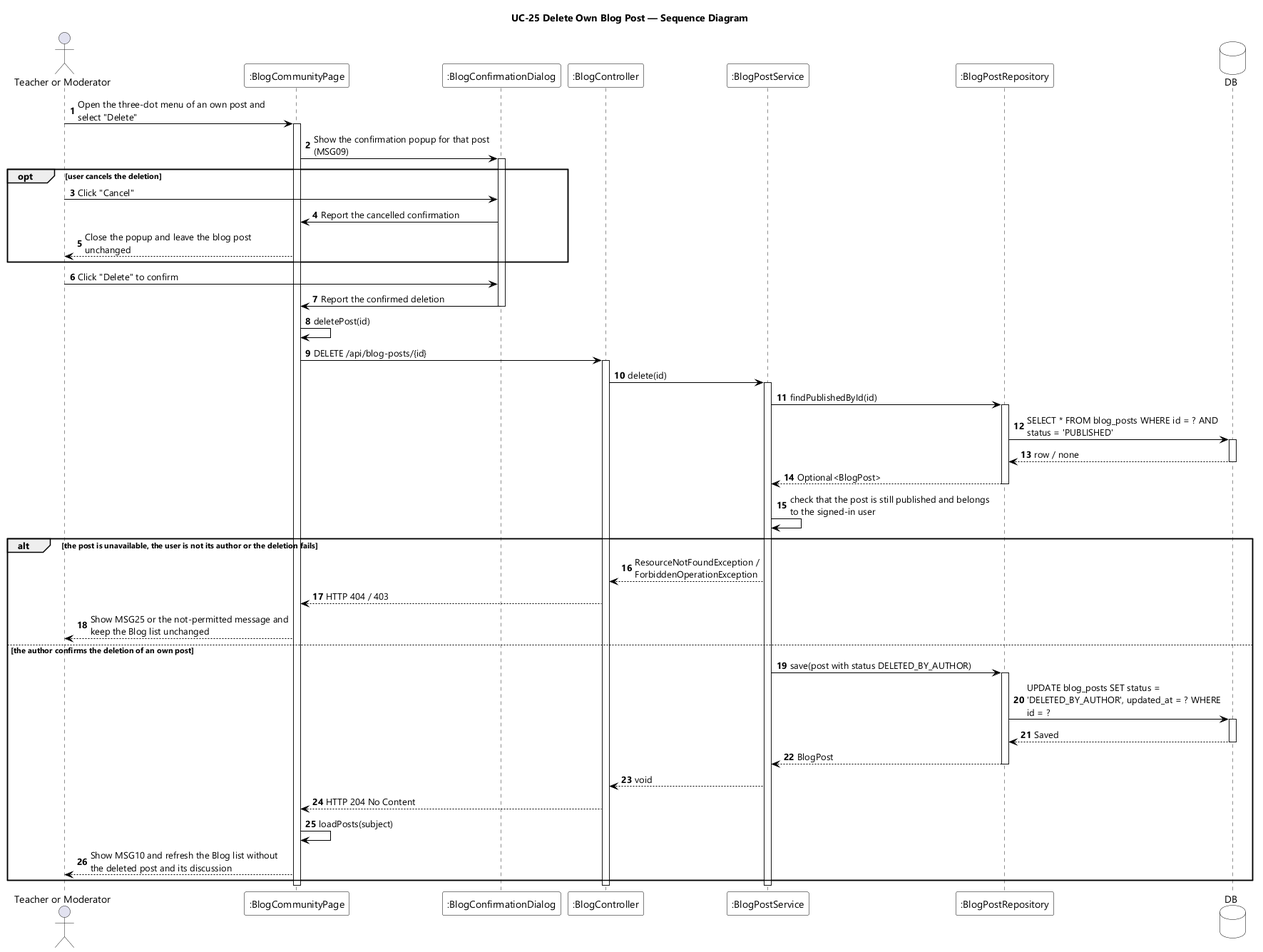
Earlier version of the PlantUML export designs/sds-diagrams/uc25/uc25-sequence-diagram.png (EduA-system/EduA-system). Source of this version:
```plantuml
@startuml UC-25 Delete Own Blog Post - Sequence Diagram
skinparamlocked dpi 96
skinparam defaultFontName "Segoe UI"
skinparam shadowing false
skinparam ParticipantBackgroundColor #FFFFFF
skinparam ParticipantBorderColor #000000
skinparam DatabaseBackgroundColor #FFFFFF
skinparam DatabaseBorderColor #000000
skinparam ArrowColor #000000
skinparam sequenceMessageAlign left
skinparam maxMessageSize 280
title UC-25 Delete Own Blog Post — Sequence Diagram

actor "Teacher or Moderator" as User
participant ":BlogCommunityPage" as UI
participant ":BlogConfirmationDialog" as CONFIRM
participant ":BlogController" as CTL
participant ":BlogPostService" as SVC
participant ":BlogPostRepository" as POSTS
database DB

autonumber
User -> UI : Open the three-dot menu of an own post and select "Delete"
activate UI
UI -> CONFIRM : Show the confirmation popup for that post (MSG09)
activate CONFIRM

opt user cancels the deletion
  User -> CONFIRM : Click "Cancel"
  CONFIRM -> UI : Report the cancelled confirmation
  UI --> User : Close the popup and leave the blog post unchanged
end

User -> CONFIRM : Click "Delete" to confirm
CONFIRM -> UI : Report the confirmed deletion
deactivate CONFIRM
UI -> UI : deletePost(id)
UI -> CTL : DELETE /api/blog-posts/{id}
activate CTL
CTL -> SVC : delete(id)
activate SVC
SVC -> POSTS : findPublishedById(id)
activate POSTS
POSTS -> DB : SELECT * FROM blog_posts WHERE id = ? AND status = 'PUBLISHED'
activate DB
DB --> POSTS : row / none
deactivate DB
POSTS --> SVC : Optional<BlogPost>
deactivate POSTS
SVC -> SVC : check that the post is still published and belongs to the signed-in user

alt the post is unavailable, the user is not its author or the deletion fails
  SVC --> CTL : ResourceNotFoundException / ForbiddenOperationException
  CTL --> UI : HTTP 404 / 403
  UI --> User : Show MSG25 or the not-permitted message and keep the Blog list unchanged

else the author confirms the deletion of an own post
  SVC -> POSTS : save(post with status DELETED_BY_AUTHOR)
  activate POSTS
  POSTS -> DB : UPDATE blog_posts SET status = 'DELETED_BY_AUTHOR', updated_at = ? WHERE id = ?
  activate DB
  DB --> POSTS : Saved
  deactivate DB
  POSTS --> SVC : BlogPost
  deactivate POSTS
  SVC --> CTL : void
  CTL --> UI : HTTP 204 No Content
  UI -> UI : loadPosts(subject)
  UI --> User : Show MSG10 and refresh the Blog list without the deleted post and its discussion
end
deactivate SVC
deactivate CTL
deactivate UI
@enduml
```
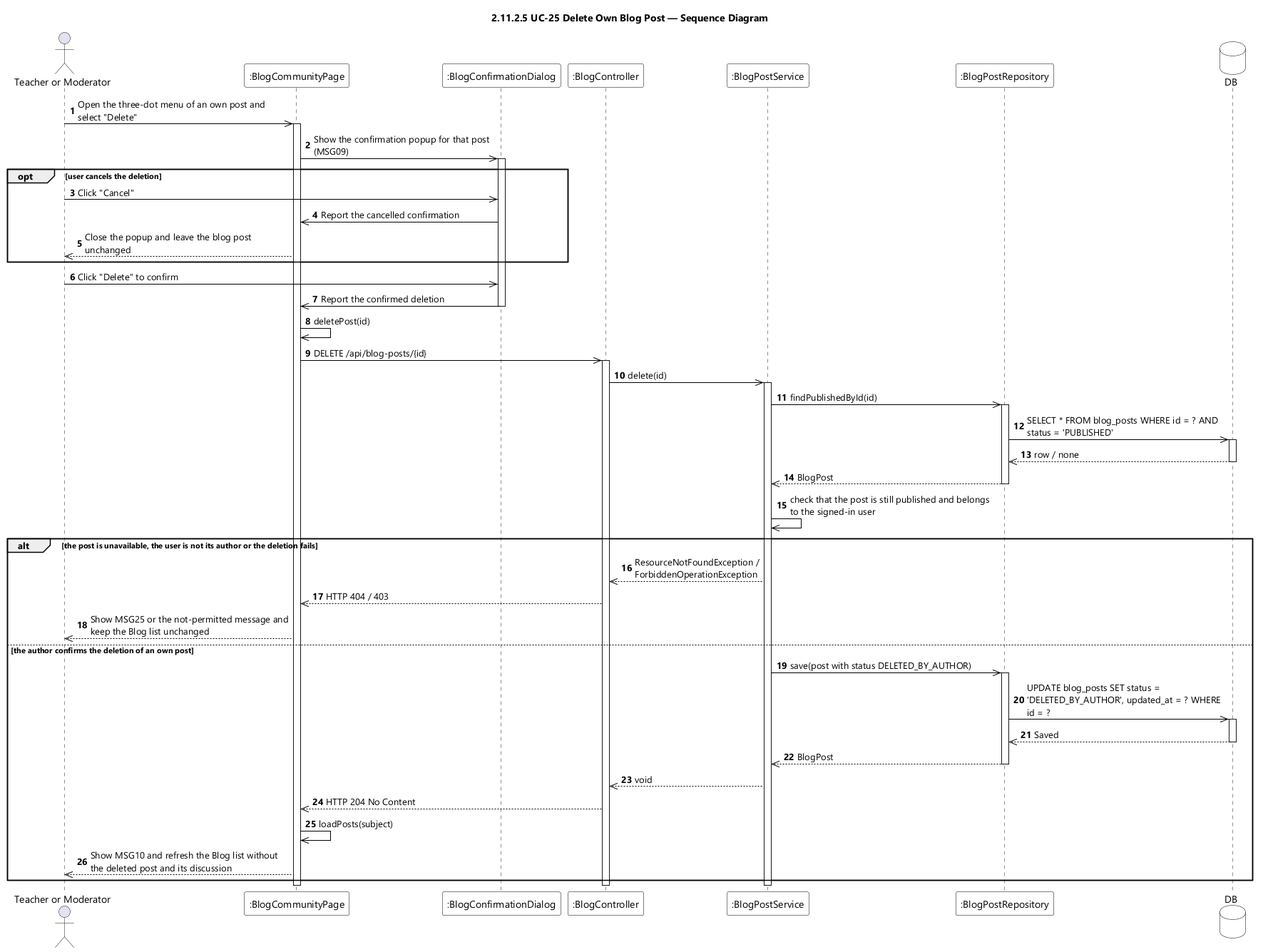
After the change.

Diff of the diagram source:
```diff
@@ -9,7 +9,7 @@
 skinparam ArrowColor #000000
 skinparam sequenceMessageAlign left
 skinparam maxMessageSize 280
-title UC-25 Delete Own Blog Post — Sequence Diagram
+title 2.11.2.5 UC-25 Delete Own Blog Post — Sequence Diagram
 
 actor "Teacher or Moderator" as User
 participant ":BlogCommunityPage" as UI
@@ -20,53 +20,53 @@
 database DB
 
 autonumber
-User -> UI : Open the three-dot menu of an own post and select "Delete"
+User ->> UI : Open the three-dot menu of an own post and select "Delete"
 activate UI
-UI -> CONFIRM : Show the confirmation popup for that post (MSG09)
+UI ->> CONFIRM : Show the confirmation popup for that post (MSG09)
 activate CONFIRM
 
 opt user cancels the deletion
-  User -> CONFIRM : Click "Cancel"
-  CONFIRM -> UI : Report the cancelled confirmation
-  UI --> User : Close the popup and leave the blog post unchanged
+  User ->> CONFIRM : Click "Cancel"
+  CONFIRM ->> UI : Report the cancelled confirmation
+  UI -->> User : Close the popup and leave the blog post unchanged
 end
 
-User -> CONFIRM : Click "Delete" to confirm
-CONFIRM -> UI : Report the confirmed deletion
+User ->> CONFIRM : Click "Delete" to confirm
+CONFIRM ->> UI : Report the confirmed deletion
 deactivate CONFIRM
-UI -> UI : deletePost(id)
-UI -> CTL : DELETE /api/blog-posts/{id}
+UI ->> UI : deletePost(id)
+UI ->> CTL : DELETE /api/blog-posts/{id}
 activate CTL
-CTL -> SVC : delete(id)
+CTL ->> SVC : delete(id)
 activate SVC
-SVC -> POSTS : findPublishedById(id)
+SVC ->> POSTS : findPublishedById(id)
 activate POSTS
-POSTS -> DB : SELECT * FROM blog_posts WHERE id = ? AND status = 'PUBLISHED'
+POSTS ->> DB : SELECT * FROM blog_posts WHERE id = ? AND status = 'PUBLISHED'
 activate DB
-DB --> POSTS : row / none
+DB -->> POSTS : row / none
 deactivate DB
-POSTS --> SVC : Optional<BlogPost>
+POSTS -->> SVC : BlogPost
 deactivate POSTS
-SVC -> SVC : check that the post is still published and belongs to the signed-in user
+SVC ->> SVC : check that the post is still published and belongs to the signed-in user
 
 alt the post is unavailable, the user is not its author or the deletion fails
-  SVC --> CTL : ResourceNotFoundException / ForbiddenOperationException
-  CTL --> UI : HTTP 404 / 403
-  UI --> User : Show MSG25 or the not-permitted message and keep the Blog list unchanged
+  SVC -->> CTL : ResourceNotFoundException / ForbiddenOperationException
+  CTL -->> UI : HTTP 404 / 403
+  UI -->> User : Show MSG25 or the not-permitted message and keep the Blog list unchanged
 
 else the author confirms the deletion of an own post
-  SVC -> POSTS : save(post with status DELETED_BY_AUTHOR)
+  SVC ->> POSTS : save(post with status DELETED_BY_AUTHOR)
   activate POSTS
-  POSTS -> DB : UPDATE blog_posts SET status = 'DELETED_BY_AUTHOR', updated_at = ? WHERE id = ?
+  POSTS ->> DB : UPDATE blog_posts SET status = 'DELETED_BY_AUTHOR', updated_at = ? WHERE id = ?
   activate DB
-  DB --> POSTS : Saved
+  DB -->> POSTS : Saved
   deactivate DB
-  POSTS --> SVC : BlogPost
+  POSTS -->> SVC : BlogPost
   deactivate POSTS
-  SVC --> CTL : void
-  CTL --> UI : HTTP 204 No Content
-  UI -> UI : loadPosts(subject)
-  UI --> User : Show MSG10 and refresh the Blog list without the deleted post and its discussion
+  SVC -->> CTL : void
+  CTL -->> UI : HTTP 204 No Content
+  UI ->> UI : loadPosts(subject)
+  UI -->> User : Show MSG10 and refresh the Blog list without the deleted post and its discussion
 end
 deactivate SVC
 deactivate CTL
```
